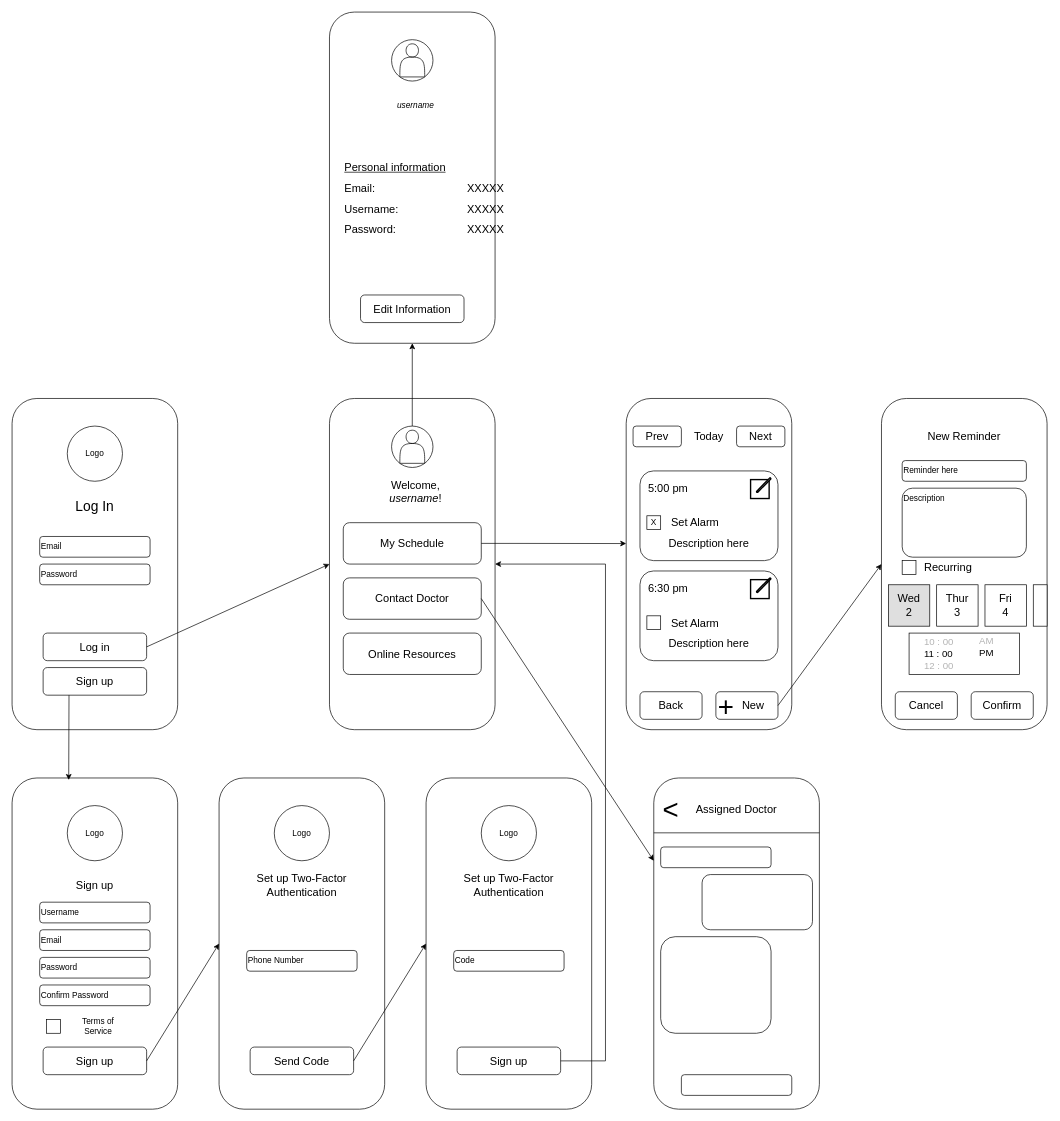
Earlier version of the draw.io diagram Mini_WF.drawio (critschris/UI-Class). Source tidied: cells renumbered, new cells numbered last; positions are measured from the earlier drawing's top-left corner, leaving out a move shared by most shapes. Both pictures are drawn from the tidied source at 69%, with x=0, y=0 at pixel (12, 12). Pictures stored in the file or linked from it are replaced by grey dashed boxes.
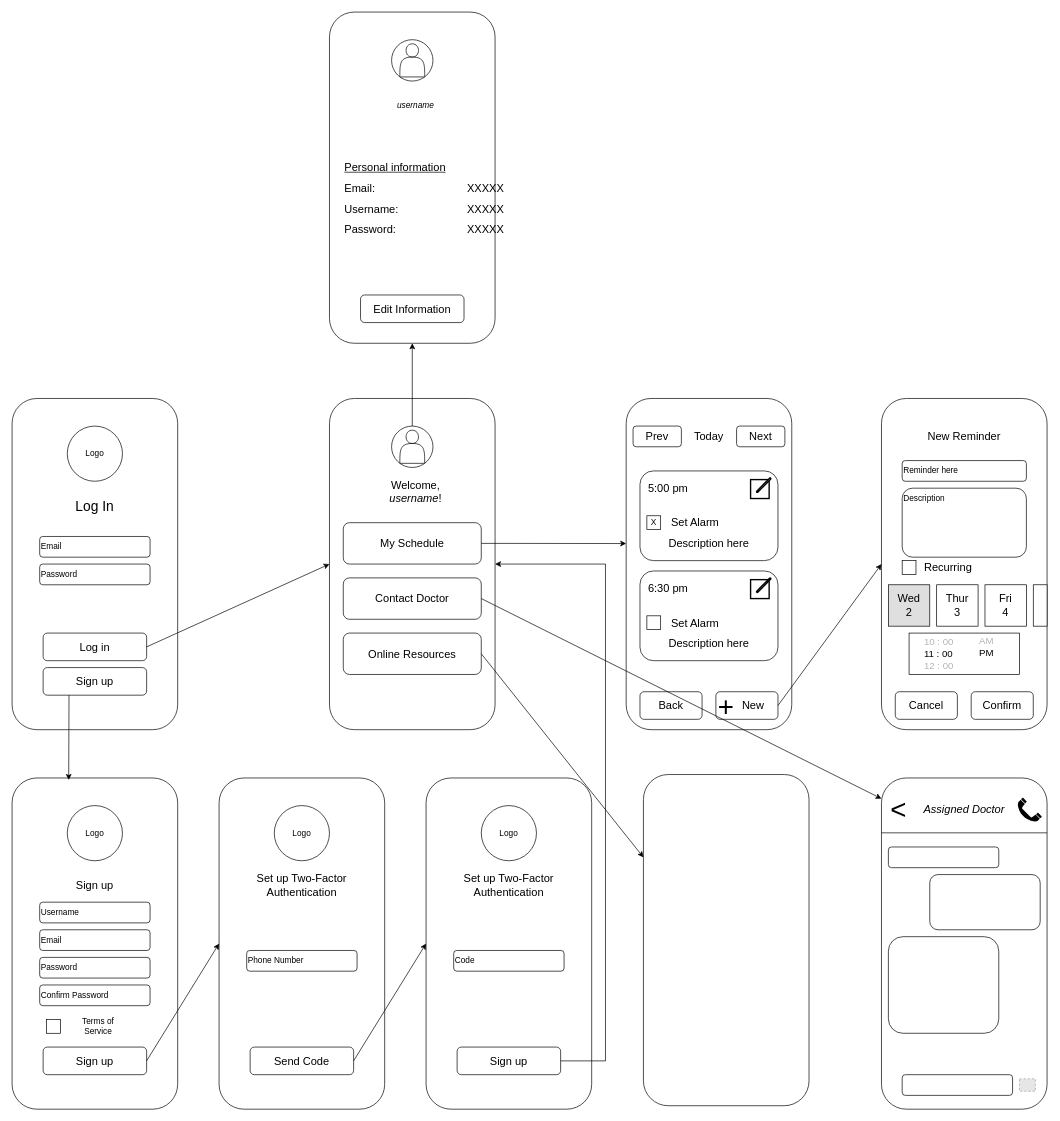
The same page after the edit.

The change refers to these unchanged cells:
```xml
<mxCell id="39" value="&lt;span style=&quot;font-size: 16px;&quot;&gt;Online Resources&lt;/span&gt;" style="rounded=1;whiteSpace=wrap;html=1;" parent="1" vertex="1">
  <mxGeometry x="480" y="900" width="200" height="60" as="geometry" />
</mxCell>
<mxCell id="40" value="&lt;span style=&quot;font-size: 16px;&quot;&gt;Contact Doctor&lt;/span&gt;" style="rounded=1;whiteSpace=wrap;html=1;" parent="1" vertex="1">
  <mxGeometry x="480" y="820" width="200" height="60" as="geometry" />
</mxCell>
```

Change to the diagram source:
```diff
@@
+    <mxCell id="102" style="rounded=1;whiteSpace=wrap;html=1;" parent="1" vertex="1">
+      <mxGeometry x="915" y="1105" width="240" height="480" as="geometry" />
+    </mxCell>
+    <mxCell id="94" style="endArrow=classic;html=1;rounded=0;exitX=1;exitY=0.5;exitDx=0;exitDy=0;" parent="1" edge="1" source="40">
+      <mxGeometry relative="1" as="geometry">
+        <mxPoint x="1260" y="1140" as="targetPoint" />
+      </mxGeometry>
+    </mxCell>
+    <mxCell id="103" style="endArrow=classic;html=1;rounded=0;exitX=1;exitY=0.5;exitDx=0;exitDy=0;entryX=0;entryY=0.25;entryDx=0;entryDy=0;" parent="1" edge="1" source="39" target="102">
+      <mxGeometry relative="1" as="geometry" />
+    </mxCell>
+    <mxCell id="104" style="group;" parent="1" vertex="1">
+      <mxGeometry x="1260" y="1110" width="240" height="480" as="geometry" />
+    </mxCell>
-    <mxCell id="93" style="rounded=1;whiteSpace=wrap;html=1;" parent="1" vertex="1">
-      <mxGeometry x="930" y="1110" width="240" height="480" as="geometry" />
+    <mxCell id="93" style="rounded=1;whiteSpace=wrap;html=1;" parent="104" vertex="1">
+      <mxGeometry width="240" height="480" as="geometry" />
     </mxCell>
-    <mxCell id="94" style="endArrow=classic;html=1;rounded=0;exitX=1;exitY=0.5;exitDx=0;exitDy=0;entryX=0;entryY=0.25;entryDx=0;entryDy=0;" parent="1" edge="1" source="40" target="93">
-      <mxGeometry relative="1" as="geometry" />
-    </mxCell>
-    <mxCell id="95" style="endArrow=none;html=1;rounded=0;" parent="1" edge="1">
+    <mxCell id="95" style="endArrow=none;html=1;rounded=0;" parent="104" edge="1">
       <mxGeometry relative="1" as="geometry">
-        <mxPoint x="930" y="1189.5" as="sourcePoint" />
-        <mxPoint x="1170" y="1189.5" as="targetPoint" />
+        <mxPoint y="79.5" as="sourcePoint" />
+        <mxPoint x="240" y="79.5" as="targetPoint" />
       </mxGeometry>
     </mxCell>
-    <mxCell id="96" value="&lt;span style=&quot;font-size: 16px;&quot;&gt;Assigned Doctor&lt;/span&gt;" style="text;html=1;whiteSpace=wrap;strokeColor=none;fillColor=none;align=center;verticalAlign=middle;rounded=0;" parent="1" vertex="1">
-      <mxGeometry x="985" y="1140" width="130" height="30" as="geometry" />
+    <mxCell id="96" value="&lt;span style=&quot;font-size: 16px;&quot;&gt;&lt;i&gt;Assigned Doctor&lt;/i&gt;&lt;/span&gt;" style="text;html=1;whiteSpace=wrap;strokeColor=none;fillColor=none;align=center;verticalAlign=middle;rounded=0;" parent="104" vertex="1">
+      <mxGeometry x="55" y="30" width="130" height="30" as="geometry" />
     </mxCell>
-    <mxCell id="97" style="rounded=1;whiteSpace=wrap;html=1;align=left;" parent="1" vertex="1">
-      <mxGeometry x="940" y="1210" width="160" height="30" as="geometry" />
+    <mxCell id="97" style="rounded=1;whiteSpace=wrap;html=1;align=left;" parent="104" vertex="1">
+      <mxGeometry x="10" y="100" width="160" height="30" as="geometry" />
     </mxCell>
-    <mxCell id="98" style="rounded=1;whiteSpace=wrap;html=1;align=left;" parent="1" vertex="1">
-      <mxGeometry x="1000" y="1250" width="160" height="80" as="geometry" />
+    <mxCell id="98" style="rounded=1;whiteSpace=wrap;html=1;align=left;" parent="104" vertex="1">
+      <mxGeometry x="70" y="140" width="160" height="80" as="geometry" />
     </mxCell>
-    <mxCell id="99" style="rounded=1;whiteSpace=wrap;html=1;align=left;" parent="1" vertex="1">
-      <mxGeometry x="940" y="1340" width="160" height="140" as="geometry" />
+    <mxCell id="99" style="rounded=1;whiteSpace=wrap;html=1;align=left;" parent="104" vertex="1">
+      <mxGeometry x="10" y="230" width="160" height="140" as="geometry" />
     </mxCell>
-    <mxCell id="100" style="rounded=1;whiteSpace=wrap;html=1;align=left;" parent="1" vertex="1">
-      <mxGeometry x="970" y="1540" width="160" height="30" as="geometry" />
+    <mxCell id="100" style="rounded=1;whiteSpace=wrap;html=1;align=left;" parent="104" vertex="1">
+      <mxGeometry x="30" y="430" width="160" height="30" as="geometry" />
     </mxCell>
-    <mxCell id="101" value="&lt;span&gt;&amp;lt;&lt;/span&gt;" style="text;html=1;whiteSpace=wrap;strokeColor=none;fillColor=none;align=center;verticalAlign=middle;rounded=0;fontSize=40;" parent="1" vertex="1">
-      <mxGeometry x="940" y="1140" width="30" height="30" as="geometry" />
+    <mxCell id="101" value="&lt;span&gt;&amp;lt;&lt;/span&gt;" style="text;html=1;whiteSpace=wrap;strokeColor=none;fillColor=none;align=center;verticalAlign=middle;rounded=0;fontSize=40;" parent="104" vertex="1">
+      <mxGeometry x="10" y="30" width="30" height="30" as="geometry" />
     </mxCell>
+    <mxCell id="105" style="shape=mxgraph.signs.tech.telephone_1;html=1;fillColor=#000000;strokeColor=none;verticalLabelPosition=bottom;verticalAlign=top;align=center;rotation=315;" parent="104" vertex="1">
+      <mxGeometry x="200" y="30" width="22" height="40" as="geometry" />
+    </mxCell>
+    <mxCell id="106" style="fillColor=#E6E6E6;strokeColor=#999999;dashed=1;html=1;verticalAlign=top;verticalLabelPosition=bottom;labelBackgroundColor=#ffffff;" parent="104" vertex="1">
+      <mxGeometry x="200" y="436" width="23" height="18" as="geometry" />
+    </mxCell>
```
